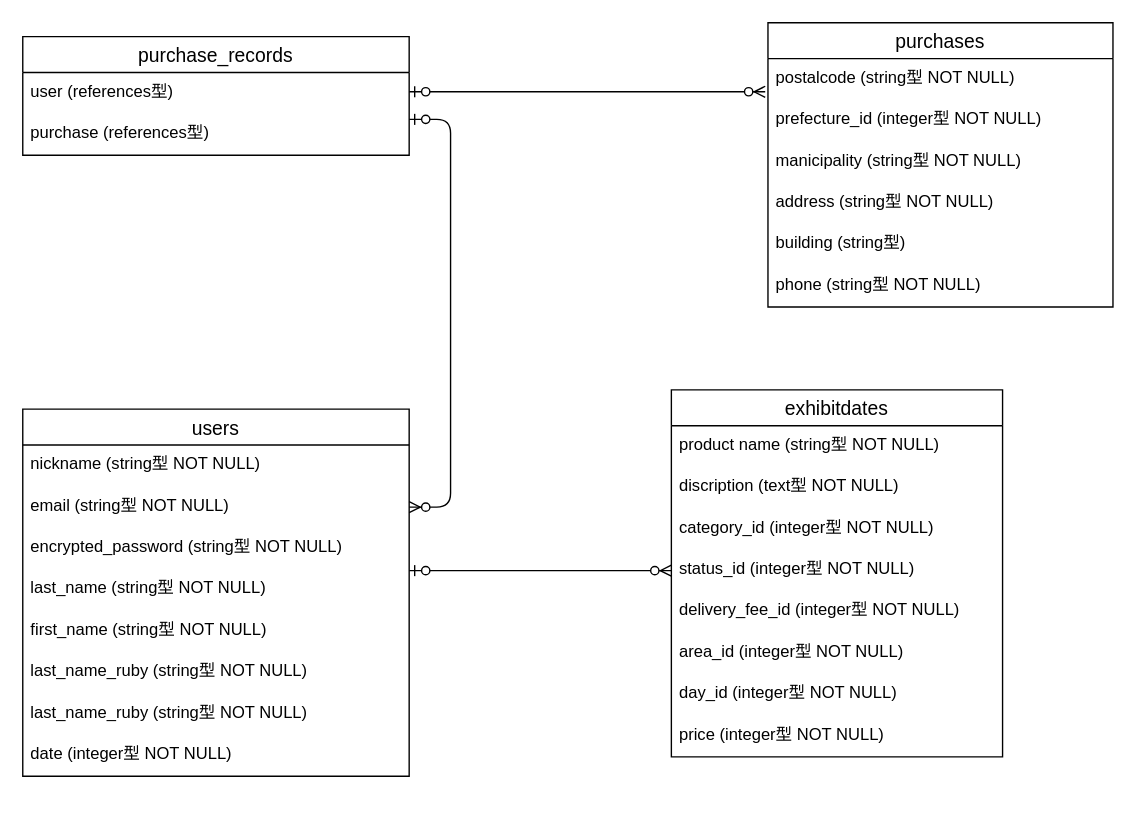
This is furima.dio from Takaomi-Sakai/furima-31593, a draw.io file, before an edit. Source tidied: cells renumbered, new cells numbered last; positions are measured from the earlier drawing's top-left corner, leaving out a move shared by most shapes. Both pictures are drawn from the tidied source at 138%, with x=0, y=0 at pixel (22, 22).
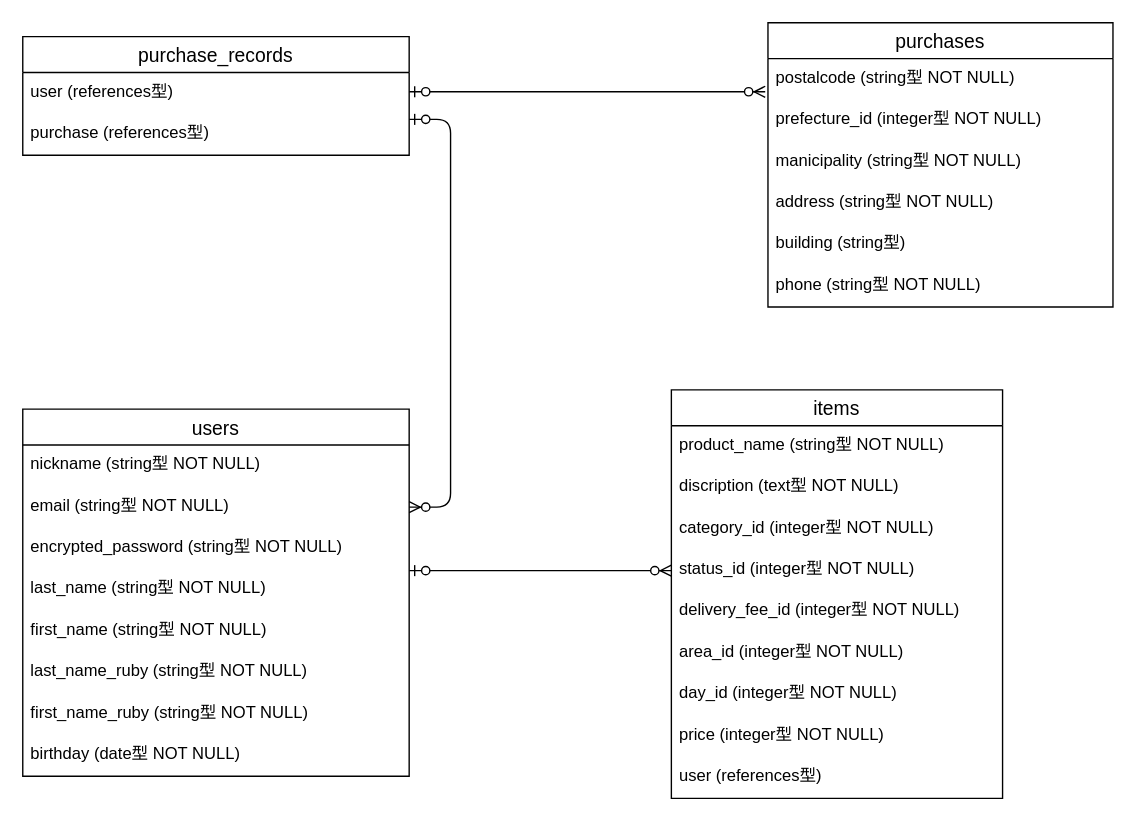
The same diagram, later.

Commit message (it also covers changes not shown here):
データベース設計_修正2回目

Unchanged cells that the change refers to:
```xml
<mxCell id="2" value="users" style="swimlane;fontStyle=0;horizontal=1;startSize=26;align=center;fontSize=14;" parent="1" vertex="1">
  <mxGeometry y="280" width="280" height="266" as="geometry" />
</mxCell>
```

The edit, as a diff of the source:
```diff
@@
-    <mxCell id="9" value="last_name_ruby (string型 NOT NULL)" style="text;strokeColor=none;fillColor=none;spacingLeft=4;spacingRight=4;overflow=hidden;fontSize=12;" parent="2" vertex="1">
+    <mxCell id="9" value="first_name_ruby (string型 NOT NULL)" style="text;strokeColor=none;fillColor=none;spacingLeft=4;spacingRight=4;overflow=hidden;fontSize=12;" parent="2" vertex="1">
       <mxGeometry y="206" width="280" height="30" as="geometry" />
     </mxCell>
-    <mxCell id="10" value="date (integer型 NOT NULL)" style="text;strokeColor=none;fillColor=none;spacingLeft=4;spacingRight=4;overflow=hidden;fontSize=12;" parent="2" vertex="1">
+    <mxCell id="10" value="birthday (date型 NOT NULL)" style="text;strokeColor=none;fillColor=none;spacingLeft=4;spacingRight=4;overflow=hidden;fontSize=12;" parent="2" vertex="1">
       <mxGeometry y="236" width="280" height="30" as="geometry" />
     </mxCell>
-    <mxCell id="11" value="exhibitdates" style="swimlane;fontStyle=0;horizontal=1;startSize=26;align=center;fontSize=14;" parent="1" vertex="1">
-      <mxGeometry x="470" y="266" width="240" height="266" as="geometry" />
+    <mxCell id="11" value="items" style="swimlane;fontStyle=0;horizontal=1;startSize=26;align=center;fontSize=14;" parent="1" vertex="1">
+      <mxGeometry x="470" y="266" width="240" height="296" as="geometry" />
     </mxCell>
-    <mxCell id="12" value="product name (string型 NOT NULL)" style="text;strokeColor=none;fillColor=none;spacingLeft=4;spacingRight=4;overflow=hidden;fontSize=12;" parent="11" vertex="1">
+    <mxCell id="12" value="product_name (string型 NOT NULL)" style="text;strokeColor=none;fillColor=none;spacingLeft=4;spacingRight=4;overflow=hidden;fontSize=12;" parent="11" vertex="1">
       <mxGeometry y="26" width="240" height="30" as="geometry" />
     </mxCell>
@@
+    <mxCell id="33" value="user (references型)" style="text;strokeColor=none;fillColor=none;spacingLeft=4;spacingRight=4;overflow=hidden;fontSize=12;" parent="11" vertex="1">
+      <mxGeometry y="266" width="240" height="30" as="geometry" />
+    </mxCell>
```
